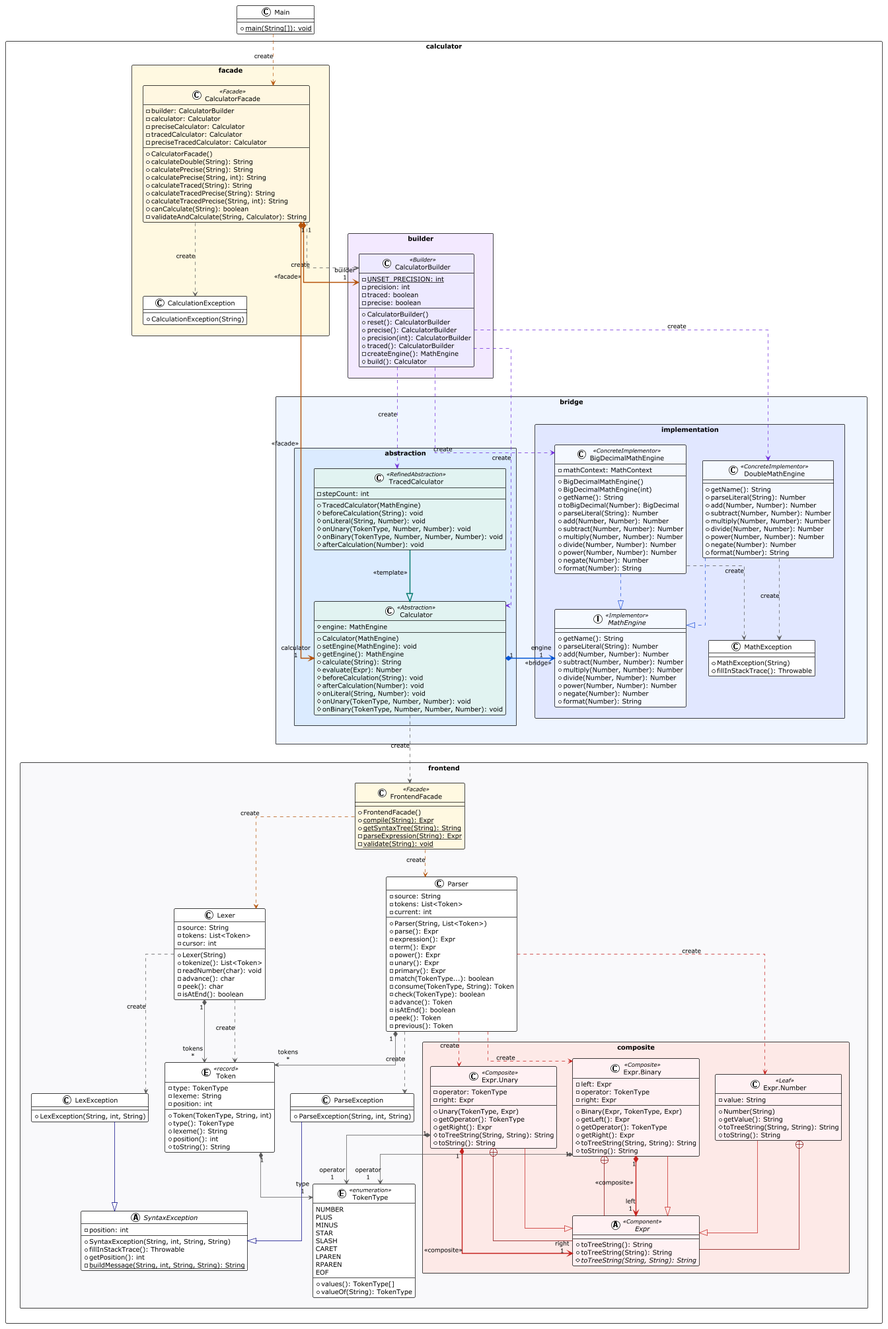
Earlier version of the PlantUML export docs/uml_diagram.png (SailinEast/calculator-compiler-software-patterns).
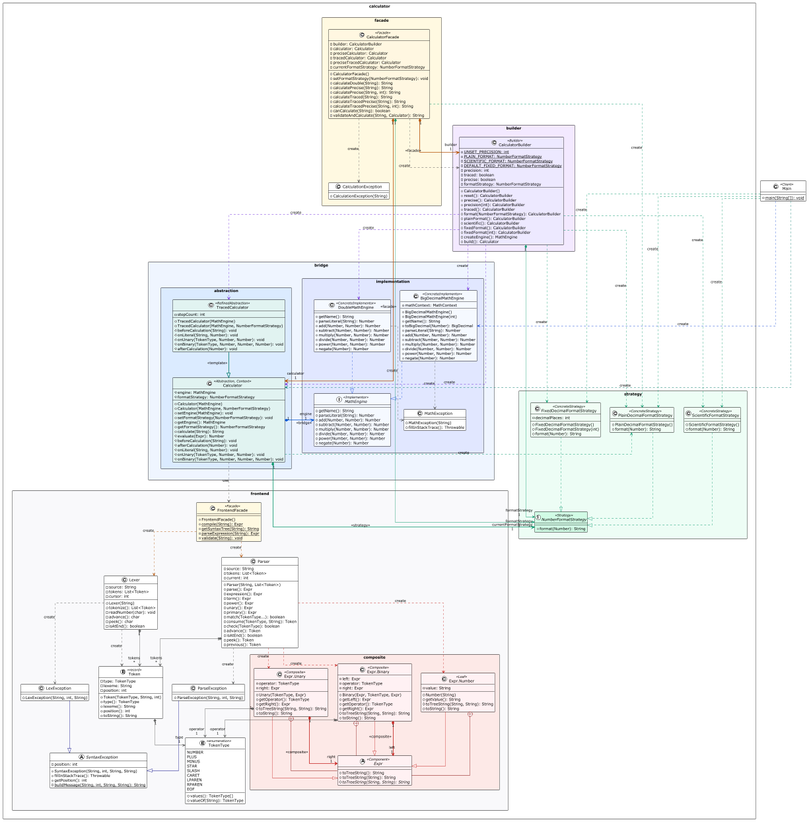
The same diagram one commit later.

Change to the diagram source:
```diff
@@ -156,11 +156,15 @@
 package "calculator.bridge" #EEF4FF {
 
   package "abstraction" #DBEAFE {
-    class Calculator << Abstraction >> #E0F2F1 {
+    class Calculator << Abstraction, Context >> #E0F2F1 {
       # engine: MathEngine
+      # formatStrategy: NumberFormatStrategy
       + Calculator(MathEngine)
+      + Calculator(MathEngine, NumberFormatStrategy)
       + setEngine(MathEngine): void
+      + setFormatStrategy(NumberFormatStrategy): void
       + getEngine(): MathEngine
+      + getFormatStrategy(): NumberFormatStrategy
       + calculate(String): String
       # evaluate(Expr): Number
       # beforeCalculation(String): void
@@ -173,6 +177,7 @@
     class TracedCalculator << RefinedAbstraction >> #E0F2F1 {
       - stepCount: int
       + TracedCalculator(MathEngine)
+      + TracedCalculator(MathEngine, NumberFormatStrategy)
       # beforeCalculation(String): void
       # onLiteral(String, Number): void
       # onUnary(TokenType, Number, Number): void
@@ -193,7 +198,6 @@
       + divide(Number, Number): Number
       + power(Number, Number): Number
       + negate(Number): Number
-      + format(Number): String
     }
 
     class DoubleMathEngine << ConcreteImplementor >> #F5F8FF {
@@ -205,7 +209,6 @@
       + divide(Number, Number): Number
       + power(Number, Number): Number
       + negate(Number): Number
-      + format(Number): String
     }
 
     class BigDecimalMathEngine << ConcreteImplementor >> #F5F8FF {
@@ -221,7 +224,6 @@
       + divide(Number, Number): Number
       + power(Number, Number): Number
       + negate(Number): Number
-      + format(Number): String
     }
 
     class MathException {
@@ -240,17 +242,53 @@
   Calculator "1" *-[#0055D4,bold]right-> "engine\n1" MathEngine : " «bridge» "
 }
 
+package "calculator.strategy" #ECFDF5 {
+  interface NumberFormatStrategy << Strategy >> #D1FAE5 {
+    + format(Number): String
+  }
+
+  class PlainDecimalFormatStrategy << ConcreteStrategy >> #F0FDF4 {
+    + PlainDecimalFormatStrategy()
+    + format(Number): String
+  }
+
+  class FixedDecimalFormatStrategy << ConcreteStrategy >> #F0FDF4 {
+    - decimalPlaces: int
+    + FixedDecimalFormatStrategy()
+    + FixedDecimalFormatStrategy(int)
+    + format(Number): String
+  }
+
+  class ScientificFormatStrategy << ConcreteStrategy >> #F0FDF4 {
+    + ScientificFormatStrategy()
+    + format(Number): String
+  }
+
+  PlainDecimalFormatStrategy  -[#059669,dashed]-^  NumberFormatStrategy
+  FixedDecimalFormatStrategy  -[#059669,dashed]-^  NumberFormatStrategy
+  ScientificFormatStrategy    -[#059669,dashed]-^  NumberFormatStrategy
+}
+
 package "calculator.builder" #F3E8FF {
   class CalculatorBuilder << Builder >> #EDE9FE {
     - {static} UNSET_PRECISION: int
+    - {static} PLAIN_FORMAT: NumberFormatStrategy
+    - {static} SCIENTIFIC_FORMAT: NumberFormatStrategy
+    - {static} DEFAULT_FIXED_FORMAT: NumberFormatStrategy
     - precision: int
     - traced: boolean
     - precise: boolean
+    - formatStrategy: NumberFormatStrategy
     + CalculatorBuilder()
     + reset(): CalculatorBuilder
     + precise(): CalculatorBuilder
     + precision(int): CalculatorBuilder
     + traced(): CalculatorBuilder
+    + format(NumberFormatStrategy): CalculatorBuilder
+    + plainFormat(): CalculatorBuilder
+    + scientific(): CalculatorBuilder
+    + fixedFormat(): CalculatorBuilder
+    + fixedFormat(int): CalculatorBuilder
     - createEngine(): MathEngine
     + build(): Calculator
   }
@@ -263,7 +301,9 @@
     - preciseCalculator: Calculator
     - tracedCalculator: Calculator
     - preciseTracedCalculator: Calculator
+    - currentFormatStrategy: NumberFormatStrategy
     + CalculatorFacade()
+    + setFormatStrategy(NumberFormatStrategy): void
     + calculateDouble(String): String
     + calculatePrecise(String): String
     + calculatePrecise(String, int): String
@@ -281,26 +321,40 @@
   CalculatorFacade      -[#595959,dashed]->  CalculationException : "«create»"
 }
 
-class Main {
+class Main << Client >> {
   + {static} main(String[]): void
 }
 
 "calculator.frontend" -[hidden]down-> "calculator.bridge"
-"calculator.bridge"   -[hidden]down-> "calculator.builder"
+"calculator.bridge"   -[hidden]down-> "calculator.strategy"
+"calculator.strategy" -[hidden]down-> "calculator.builder"
 "calculator.builder"  -[hidden]down-> "calculator.facade"
 "calculator.facade"   -[hidden]down-> Main
 
-Calculator            -[#595959,dashed]->  FrontendFacade       : "«create»"
+Calculator            -[#595959,dashed]->  FrontendFacade             : "«use»"
 
-CalculatorBuilder     -[#6D28D9,dashed]->  Calculator           : "«create»"
-CalculatorBuilder     -[#6D28D9,dashed]->  TracedCalculator     : "«create»"
-CalculatorBuilder     -[#6D28D9,dashed]->  DoubleMathEngine     : "«create»"
-CalculatorBuilder     -[#6D28D9,dashed]->  BigDecimalMathEngine : "«create»"
+Calculator           "1" *-[#059669,bold]-> "formatStrategy\n1" NumberFormatStrategy : " «strategy» "
+Calculator            -[#059669,dashed]->  PlainDecimalFormatStrategy : "«create»"
 
-CalculatorFacade     "1" *-[#B45309,bold]-> "builder\n1" CalculatorBuilder : " «facade» "
-CalculatorFacade     "1" *-[#B45309,bold]-> "calculator\n1" Calculator     : " «facade» "
-CalculatorFacade      -[#595959,dashed]->  CalculatorBuilder    : "«create»"
+CalculatorBuilder    "1" *-[#059669,plain]-> "formatStrategy\n1" NumberFormatStrategy
+CalculatorBuilder     -[#6D28D9,dashed]->  Calculator                 : "«create»"
+CalculatorBuilder     -[#6D28D9,dashed]->  TracedCalculator           : "«create»"
+CalculatorBuilder     -[#6D28D9,dashed]->  DoubleMathEngine           : "«create»"
+CalculatorBuilder     -[#6D28D9,dashed]->  BigDecimalMathEngine       : "«create»"
+CalculatorBuilder     -[#059669,dashed]->  PlainDecimalFormatStrategy : "«create»"
+CalculatorBuilder     -[#059669,dashed]->  FixedDecimalFormatStrategy : "«create»"
+CalculatorBuilder     -[#059669,dashed]->  ScientificFormatStrategy   : "«create»"
 
-Main                  -[#B45309,dashed]->  CalculatorFacade     : "«create»"
+CalculatorFacade     "1" *-[#B45309,bold]-> "builder\n1" CalculatorBuilder                 : " «facade» "
+CalculatorFacade     "1" *-[#B45309,bold]-> "calculator\n1" Calculator                     : " «facade» "
+CalculatorFacade     "1" *-[#059669,plain]-> "currentFormatStrategy\n1" NumberFormatStrategy
+CalculatorFacade      -[#595959,dashed]->  CalculatorBuilder          : "«create»"
+CalculatorFacade      -[#059669,dashed]->  PlainDecimalFormatStrategy : "«create»"
+
+Main                  -[#00796B,dashed]->  Calculator                 : "«create»"
+Main                  -[#1D4ED8,dashed]->  BigDecimalMathEngine       : "«create»"
+Main                  -[#059669,dashed]->  PlainDecimalFormatStrategy : "«create»"
+Main                  -[#059669,dashed]->  FixedDecimalFormatStrategy : "«create»"
+Main                  -[#059669,dashed]->  ScientificFormatStrategy   : "«create»"
 
 @enduml
```
